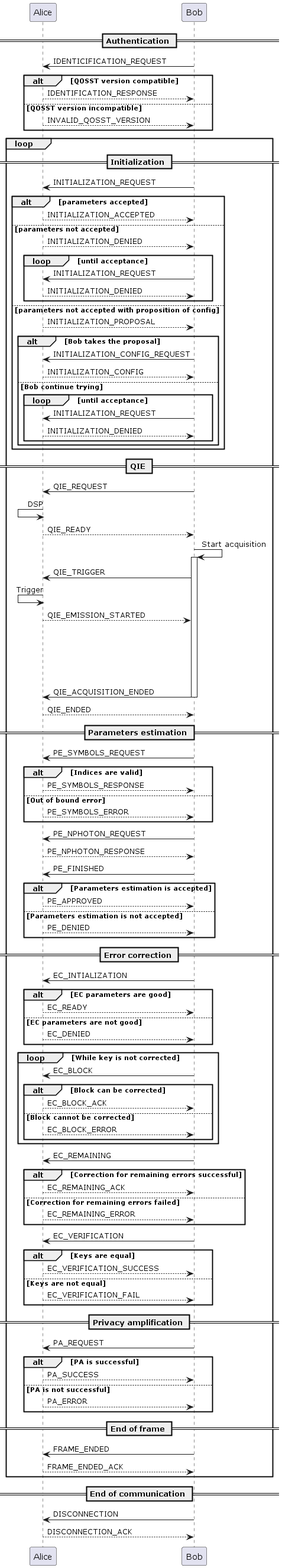
Earlier version of the PlantUML export docs/source/_static/all.png (qosst/qosst-core). Source of this version:
```plantuml
@startuml

== Authentication ==

Alice <- Bob: IDENTICIFICATION_REQUEST
alt QOSST version compatible
    Alice --> Bob: IDENTIFICATION_RESPONSE
else QOSST version incompatible
    Alice --> Bob: INVALID_QOSST_VERSION
end

loop
    == Initialization ==

    Alice <- Bob: INITIALIZATION_REQUEST

    alt parameters accepted

        Alice --> Bob: INITIALIZATION_ACCEPTED

    else parameters not accepted
        Alice --> Bob: INITIALIZATION_DENIED

        loop until acceptance
            Alice <- Bob: INITIALIZATION_REQUEST
            Alice --> Bob: INITIALIZATION_DENIED
        end
    else parameters not accepted with proposition of config

        Alice --> Bob: INITIALIZATION_PROPOSAL

        alt Bob takes the proposal
            Alice <- Bob: INITIALIZATION_CONFIG_REQUEST
            Alice --> Bob: INITIALIZATION_CONFIG
        else Bob continue trying
            loop until acceptance
                Alice <- Bob: INITIALIZATION_REQUEST
                Alice --> Bob: INITIALIZATION_DENIED
            end
        end
    end

    == QIE ==

    Alice <- Bob: QIE_REQUEST
    Alice <- Alice: DSP
    Alice --> Bob: QIE_READY
    Bob -> Bob: Start acquisition
    activate Bob
    Alice <- Bob: QIE_TRIGGER
    Alice <- Alice: Trigger
    Alice --> Bob: QIE_EMISSION_STARTED
    ||100||
    Alice <- Bob: QIE_ACQUISITION_ENDED
    deactivate Bob
    Alice --> Bob: QIE_ENDED

    == Parameters estimation ==

    Alice <- Bob: PE_SYMBOLS_REQUEST
    alt Indices are valid
        Alice --> Bob: PE_SYMBOLS_RESPONSE
    else Out of bound error
        Alice --> Bob: PE_SYMBOLS_ERROR
    end

    Alice <- Bob: PE_NPHOTON_REQUEST
    Alice --> Bob: PE_NPHOTON_RESPONSE

    Alice <- Bob: PE_FINISHED
    alt Parameters estimation is accepted
        Alice --> Bob: PE_APPROVED
    else Parameters estimation is not accepted
        Alice --> Bob: PE_DENIED
    end

    == Error correction ==

    Alice <- Bob: EC_INTIALIZATION

    alt EC parameters are good
        Alice --> Bob: EC_READY
    else EC parameters are not good
        Alice --> Bob: EC_DENIED
    end

    loop While key is not corrected
        Alice <- Bob: EC_BLOCK
        alt Block can be corrected
            Alice --> Bob: EC_BLOCK_ACK
        else Block cannot be corrected
            Alice --> Bob: EC_BLOCK_ERROR
        end
    end

    Alice <- Bob: EC_REMAINING
    alt Correction for remaining errors successful
        Alice --> Bob: EC_REMAINING_ACK
    else Correction for remaining errors failed
        Alice --> Bob: EC_REMAINING_ERROR
    end

    Alice <- Bob: EC_VERIFICATION
    alt Keys are equal
        Alice --> Bob: EC_VERIFICATION_SUCCESS
    else Keys are not equal
        Alice --> Bob: EC_VERIFICATION_FAIL
    end

    == Privacy amplification ==

    Alice <- Bob: PA_REQUEST
    alt PA is successful
        Alice --> Bob: PA_SUCCESS
    else PA is not successful
        Alice --> Bob: PA_ERROR
    end

    == End of frame ==

    Alice <- Bob: FRAME_ENDED
    Alice --> Bob: FRAME_ENDED_ACK

end

== End of communication ==

Alice <- Bob: DISCONNECTION
Alice --> Bob: DISCONNECTION_ACK


@enduml
```
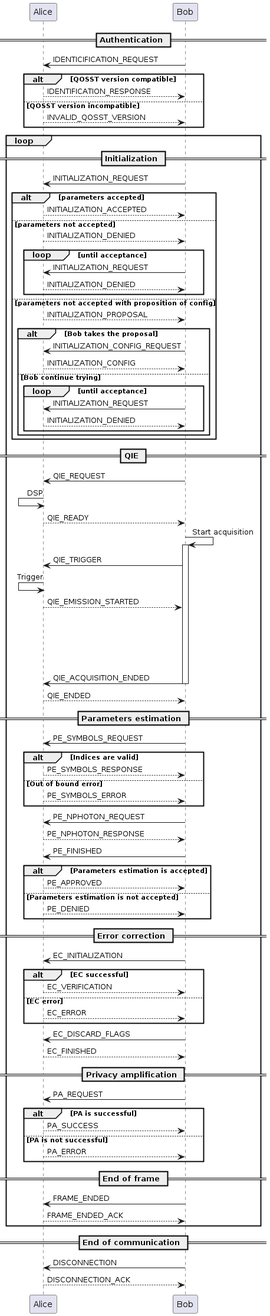
After the commit.

Commit message:
feat: :sparkles: Modify control protocol to add error correction and privacy amplification

The edit, as a diff of the source:
```diff
@@ -1,4 +1,4 @@
-@startuml
+@startuml all
 
 == Authentication ==
 
@@ -76,36 +76,16 @@
 
     == Error correction ==
 
-    Alice <- Bob: EC_INTIALIZATION
+    Alice <- Bob: EC_INITIALIZATION
 
-    alt EC parameters are good
-        Alice --> Bob: EC_READY
-    else EC parameters are not good
-        Alice --> Bob: EC_DENIED
+    alt EC successful
+        Alice --> Bob: EC_VERIFICATION
+    else EC error
+        Alice --> Bob: EC_ERROR
     end
 
-    loop While key is not corrected
-        Alice <- Bob: EC_BLOCK
-        alt Block can be corrected
-            Alice --> Bob: EC_BLOCK_ACK
-        else Block cannot be corrected
-            Alice --> Bob: EC_BLOCK_ERROR
-        end
-    end
-
-    Alice <- Bob: EC_REMAINING
-    alt Correction for remaining errors successful
-        Alice --> Bob: EC_REMAINING_ACK
-    else Correction for remaining errors failed
-        Alice --> Bob: EC_REMAINING_ERROR
-    end
-
-    Alice <- Bob: EC_VERIFICATION
-    alt Keys are equal
-        Alice --> Bob: EC_VERIFICATION_SUCCESS
-    else Keys are not equal
-        Alice --> Bob: EC_VERIFICATION_FAIL
-    end
+    Alice <- Bob: EC_DISCARD_FLAGS
+    Alice --> Bob: EC_FINISHED
 
     == Privacy amplification ==
 
```
